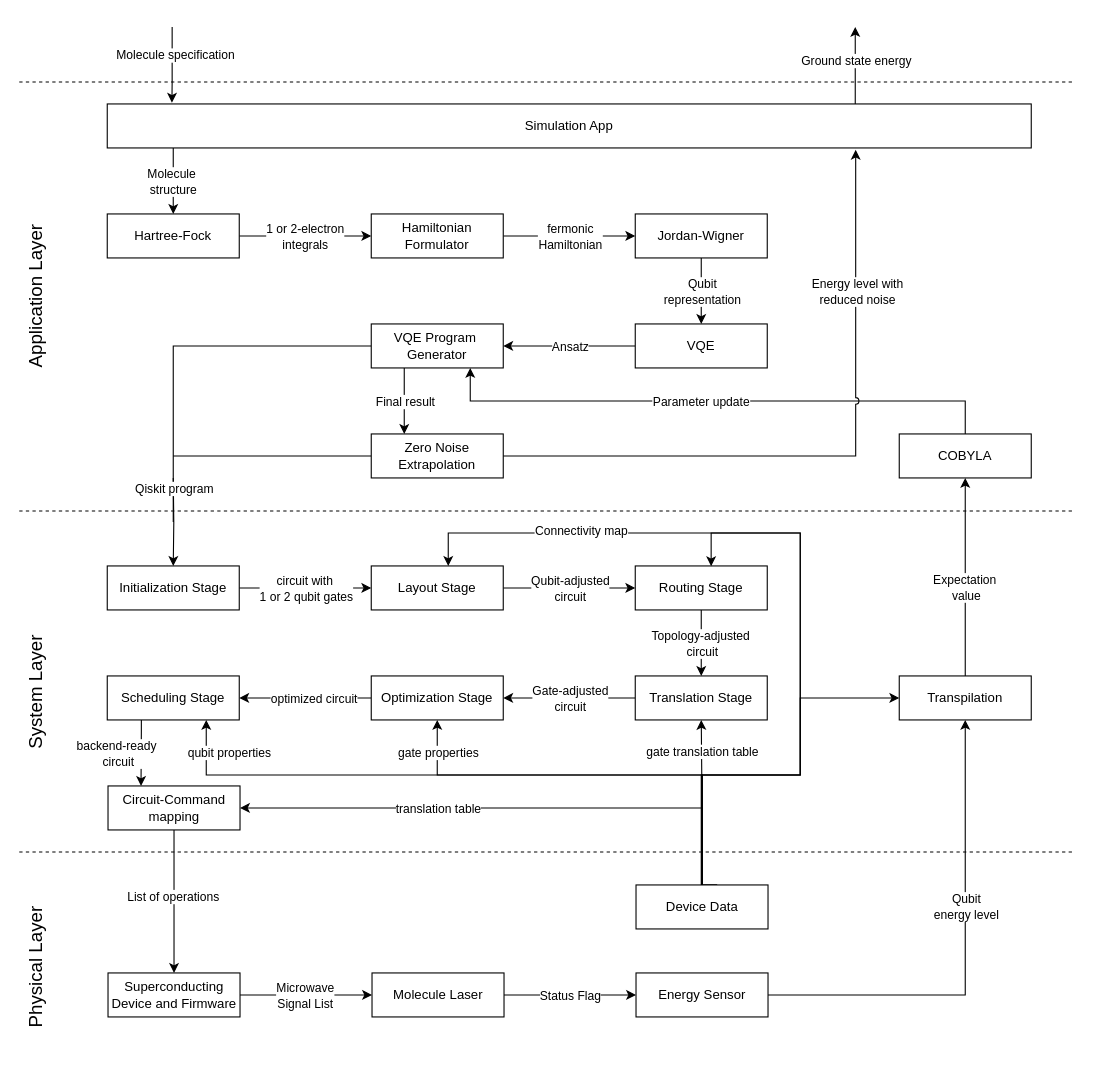
This is page "scenario1" (1 of 4) of docs/scenario-based-analysis/images/scenarios.drawio from FullStaQD/architecture, a draw.io file, before an edit. Source tidied: cells renumbered, new cells numbered last; positions are measured from the earlier drawing's top-left corner, leaving out a move shared by most shapes. Both pictures are drawn from the tidied source at 110%, with x=0, y=0 at pixel (-58, 26).
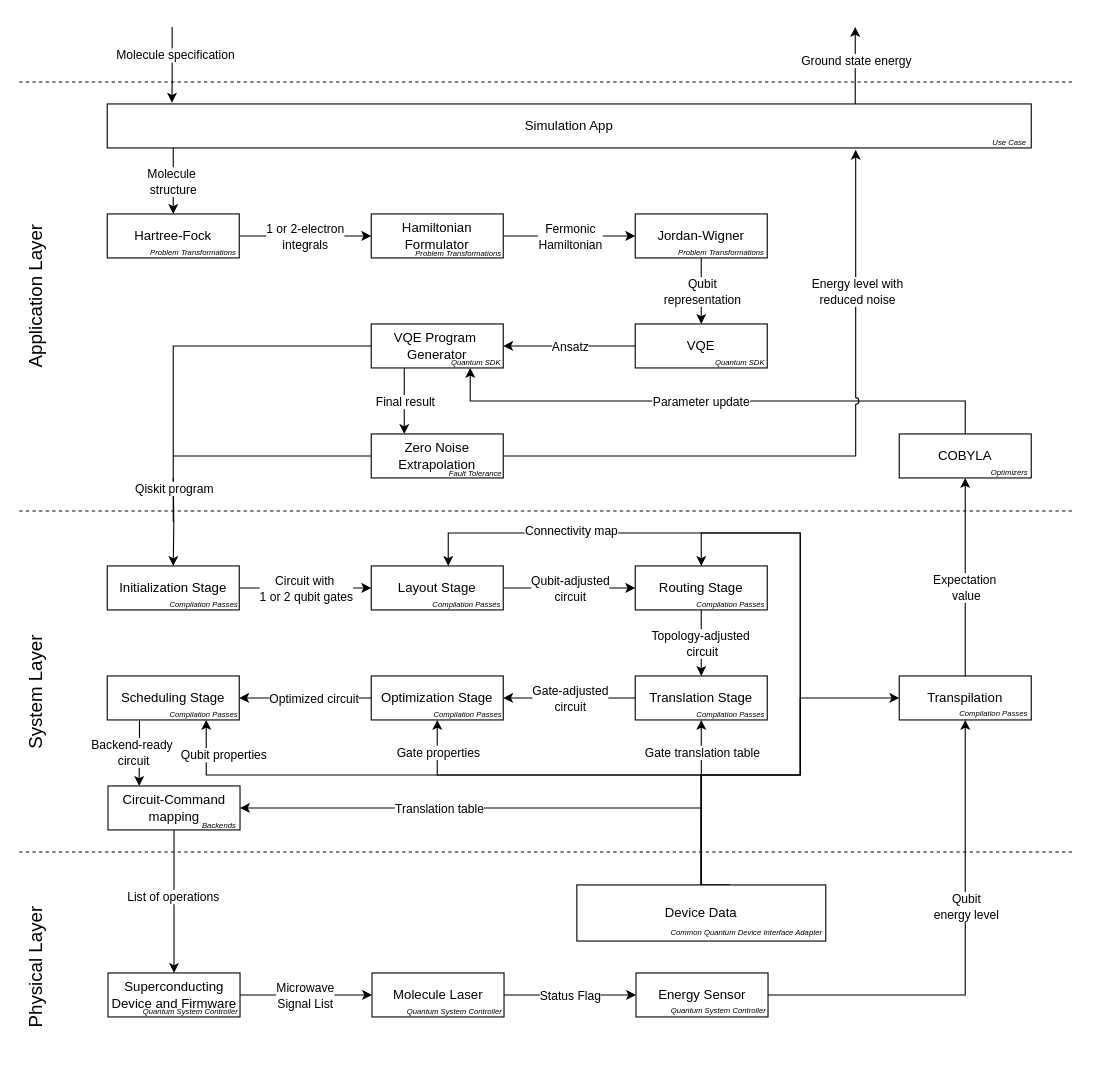
Above is the later version.

Unchanged cells that the change refers to:
```xml
<mxCell id="13" style="edgeStyle=orthogonalEdgeStyle;rounded=0;jettySize=auto;html=1;entryX=0;entryY=0.5;entryDx=0;entryDy=0;" parent="1" edge="1" source="16" target="12">
  <mxGeometry relative="1" as="geometry" />
</mxCell>
<mxCell id="29" value="Routing Stage" style="rounded=0;whiteSpace=wrap;html=1;" parent="1" vertex="1">
  <mxGeometry x="630" y="490" width="120" height="40" as="geometry" />
</mxCell>
<mxCell id="33" style="edgeStyle=orthogonalEdgeStyle;rounded=0;jettySize=auto;html=1;entryX=0;entryY=0.5;entryDx=0;entryDy=0;" parent="1" edge="1" source="35" target="32">
  <mxGeometry relative="1" as="geometry" />
</mxCell>
<mxCell id="39" style="edgeStyle=orthogonalEdgeStyle;rounded=0;jettySize=auto;html=1;entryX=1;entryY=0.5;entryDx=0;entryDy=0;" parent="1" edge="1" source="41" target="44">
  <mxGeometry relative="1" as="geometry" />
</mxCell>
<mxCell id="44" value="Scheduling Stage" style="rounded=0;whiteSpace=wrap;html=1;" parent="1" vertex="1">
  <mxGeometry x="150" y="590" width="120" height="40" as="geometry" />
</mxCell>
<mxCell id="56" style="edgeStyle=orthogonalEdgeStyle;rounded=0;jettySize=auto;html=1;entryX=0.5;entryY=1;entryDx=0;entryDy=0;" parent="1" edge="1" source="66" target="41">
  <mxGeometry relative="1" as="geometry">
    <Array as="points">
      <mxPoint x="691" y="680" />
      <mxPoint x="450" y="680" />
    </Array>
  </mxGeometry>
</mxCell>
<mxCell id="60" style="edgeStyle=orthogonalEdgeStyle;rounded=0;jettySize=auto;html=1;" parent="1" edge="1" source="66" target="38">
  <mxGeometry relative="1" as="geometry" />
</mxCell>
<mxCell id="62" style="edgeStyle=orthogonalEdgeStyle;rounded=0;jettySize=auto;html=1;entryX=0.75;entryY=1;entryDx=0;entryDy=0;" parent="1" edge="1" source="66" target="44">
  <mxGeometry relative="1" as="geometry">
    <Array as="points">
      <mxPoint x="691" y="680" />
      <mxPoint x="240" y="680" />
    </Array>
  </mxGeometry>
</mxCell>
<mxCell id="64" style="edgeStyle=orthogonalEdgeStyle;rounded=0;jettySize=auto;html=1;entryX=1;entryY=0.5;entryDx=0;entryDy=0;" parent="1" edge="1" source="66" target="84">
  <mxGeometry relative="1" as="geometry">
    <Array as="points">
      <mxPoint x="691" y="710" />
    </Array>
  </mxGeometry>
</mxCell>
<mxCell id="84" value="Circuit-Command&lt;div&gt;mapping&lt;/div&gt;" style="rounded=0;whiteSpace=wrap;html=1;" parent="1" vertex="1">
  <mxGeometry x="150.7" y="690" width="120" height="40" as="geometry" />
</mxCell>
```

The edit, as a diff of the source:
```diff
@@
-    <mxCell id="15" value="fermonic&lt;div&gt;Hamiltonian&lt;/div&gt;" style="edgeLabel;html=1;align=center;verticalAlign=middle;" parent="13" vertex="1">
+    <mxCell id="15" value="Fermonic&lt;div&gt;Hamiltonian&lt;/div&gt;" style="edgeLabel;html=1;align=center;verticalAlign=middle;" parent="13" vertex="1">
       <mxGeometry x="-0.17" y="-3" relative="1" as="geometry">
         <mxPoint x="10" y="-3" as="offset" />
       </mxGeometry>
     </mxCell>
-    <mxCell id="16" value="Hamiltonian&lt;div&gt;Formulator&lt;/div&gt;" style="rounded=0;whiteSpace=wrap;html=1;" parent="1" vertex="1">
+    <mxCell id="16" value="Hamiltonian&lt;div&gt;Formulator&lt;/div&gt;" style="rounded=0;whiteSpace=wrap;html=1;align=center;" parent="1" vertex="1">
       <mxGeometry x="390" y="170" width="120" height="40" as="geometry" />
     </mxCell>
@@
-    <mxCell id="34" value="circuit with&amp;nbsp;&lt;div&gt;1 or 2 qubit gates&lt;/div&gt;" style="edgeLabel;html=1;align=center;verticalAlign=middle;" parent="33" vertex="1">
+    <mxCell id="34" value="Circuit with&amp;nbsp;&lt;div&gt;1 or 2 qubit gates&lt;/div&gt;" style="edgeLabel;html=1;align=center;verticalAlign=middle;" parent="33" vertex="1">
       <mxGeometry x="0.11" y="-3" relative="1" as="geometry">
         <mxPoint x="-7" y="-3" as="offset" />
       </mxGeometry>
     </mxCell>
@@
-    <mxCell id="40" value="optimized circuit" style="edgeLabel;html=1;align=center;verticalAlign=middle;" parent="39" vertex="1">
+    <mxCell id="40" value="Optimized circuit" style="edgeLabel;html=1;align=center;verticalAlign=middle;" parent="39" vertex="1">
       <mxGeometry x="-0.11" y="1" relative="1" as="geometry">
         <mxPoint y="-1" as="offset" />
       </mxGeometry>
     </mxCell>
@@
-    <mxCell id="42" style="edgeStyle=orthogonalEdgeStyle;rounded=0;jettySize=auto;html=1;entryX=0.25;entryY=0;entryDx=0;entryDy=0;" parent="1" edge="1" source="44" target="84">
+    <mxCell id="42" style="edgeStyle=orthogonalEdgeStyle;rounded=0;orthogonalLoop=1;jettySize=auto;html=1;entryX=0.25;entryY=0;entryDx=0;entryDy=0;" parent="1" edge="1">
       <mxGeometry relative="1" as="geometry">
+        <mxPoint x="179.3" y="630" as="sourcePoint" />
+        <mxPoint x="179" y="690" as="targetPoint" />
         <Array as="points">
-          <mxPoint x="181" y="640" />
-          <mxPoint x="181" y="640" />
+          <mxPoint x="179.3" y="640" />
+          <mxPoint x="179.3" y="640" />
         </Array>
       </mxGeometry>
     </mxCell>
-    <mxCell id="43" value="backend-ready&amp;nbsp;&lt;div&gt;circuit&lt;/div&gt;" style="edgeLabel;html=1;align=center;verticalAlign=middle;" parent="42" vertex="1">
+    <mxCell id="43" value="Backend-ready&amp;nbsp;&lt;div&gt;circuit&lt;/div&gt;" style="edgeLabel;html=1;align=center;verticalAlign=middle;" parent="42" vertex="1">
       <mxGeometry x="0.21" y="1" relative="1" as="geometry">
-        <mxPoint x="-22" y="-6" as="offset" />
+        <mxPoint x="-7" y="-7" as="offset" />
       </mxGeometry>
     </mxCell>
@@
-    <mxCell id="57" value="gate properties" style="edgeLabel;html=1;align=center;verticalAlign=middle;" parent="56" vertex="1">
+    <mxCell id="57" value="Gate properties" style="edgeLabel;html=1;align=center;verticalAlign=middle;" parent="56" vertex="1">
       <mxGeometry x="0.85" y="1" relative="1" as="geometry">
         <mxPoint x="1" as="offset" />
       </mxGeometry>
     </mxCell>
@@
-    <mxCell id="61" value="gate translation table" style="edgeLabel;html=1;align=center;verticalAlign=middle;" parent="60" vertex="1">
+    <mxCell id="61" value="Gate translation table" style="edgeLabel;html=1;align=center;verticalAlign=middle;" parent="60" vertex="1">
       <mxGeometry x="0.51" relative="1" as="geometry">
         <mxPoint y="-8" as="offset" />
       </mxGeometry>
     </mxCell>
@@
-    <mxCell id="63" value="qubit properties" style="edgeLabel;html=1;align=center;verticalAlign=middle;" parent="62" vertex="1">
+    <mxCell id="63" value="Qubit properties" style="edgeLabel;html=1;align=center;verticalAlign=middle;" parent="62" vertex="1">
       <mxGeometry x="0.9" relative="1" as="geometry">
-        <mxPoint x="20" as="offset" />
+        <mxPoint x="15" y="1" as="offset" />
       </mxGeometry>
     </mxCell>
@@
-    <mxCell id="65" value="translation table" style="edgeLabel;html=1;align=center;verticalAlign=middle;" parent="64" vertex="1">
+    <mxCell id="65" value="Translation table" style="edgeLabel;html=1;align=center;verticalAlign=middle;" parent="64" vertex="1">
       <mxGeometry x="0.33" y="-2" relative="1" as="geometry">
         <mxPoint x="16" y="2" as="offset" />
       </mxGeometry>
     </mxCell>
     <mxCell id="66" value="Device Data" style="rounded=0;whiteSpace=wrap;html=1;" parent="1" vertex="1">
-      <mxGeometry x="630.7" y="780" width="120" height="40" as="geometry" />
+      <mxGeometry x="576.9" y="780" width="226.3" height="51" as="geometry" />
     </mxCell>
@@
-    <mxCell id="72" style="edgeStyle=orthogonalEdgeStyle;rounded=0;jettySize=auto;html=1;entryX=0.575;entryY=0.005;entryDx=0;entryDy=0;entryPerimeter=0;" parent="1" edge="1" source="66" target="29">
+    <mxCell id="72" style="edgeStyle=orthogonalEdgeStyle;rounded=0;jettySize=auto;html=1;entryX=0.5;entryY=0;entryDx=0;entryDy=0;" parent="1" edge="1" source="66" target="29">
       <mxGeometry relative="1" as="geometry">
         <Array as="points">
-          <mxPoint x="691" y="680" />
+          <mxPoint x="690" y="680" />
           <mxPoint x="780" y="680" />
           <mxPoint x="780" y="460" />
-          <mxPoint x="699" y="460" />
+          <mxPoint x="690" y="460" />
         </Array>
       </mxGeometry>
     </mxCell>
@@
+    <mxCell id="86" value="&lt;i&gt;&lt;font style=&quot;font-size: 7px;&quot;&gt;Use Case&lt;/font&gt;&lt;/i&gt;" style="text;html=1;whiteSpace=wrap;strokeColor=none;fillColor=none;align=center;verticalAlign=middle;rounded=0;fontSize=9;" parent="1" vertex="1">
+      <mxGeometry x="904.9" y="90" width="131" height="30" as="geometry" />
+    </mxCell>
+    <mxCell id="87" value="&lt;i&gt;&lt;font style=&quot;font-size: 7px;&quot;&gt;Problem Transformations&lt;/font&gt;&lt;/i&gt;" style="text;html=1;whiteSpace=wrap;strokeColor=none;fillColor=none;align=center;verticalAlign=middle;rounded=0;" parent="1" vertex="1">
+      <mxGeometry x="171" y="196" width="114.7" height="16" as="geometry" />
+    </mxCell>
+    <mxCell id="88" value="&lt;i&gt;&lt;font style=&quot;font-size: 7px;&quot;&gt;Problem Transformations&lt;/font&gt;&lt;/i&gt;" style="text;html=1;whiteSpace=wrap;strokeColor=none;fillColor=none;align=center;verticalAlign=middle;rounded=0;" parent="1" vertex="1">
+      <mxGeometry x="412" y="197" width="114.7" height="16" as="geometry" />
+    </mxCell>
+    <mxCell id="89" value="&lt;i&gt;&lt;font style=&quot;font-size: 7px;&quot;&gt;Problem Transformations&lt;/font&gt;&lt;/i&gt;" style="text;html=1;whiteSpace=wrap;strokeColor=none;fillColor=none;align=center;verticalAlign=middle;rounded=0;" parent="1" vertex="1">
+      <mxGeometry x="651" y="196" width="114.7" height="16" as="geometry" />
+    </mxCell>
+    <mxCell id="90" value="&lt;i&gt;&lt;font style=&quot;font-size: 7px;&quot;&gt;Quantum SDK&lt;/font&gt;&lt;/i&gt;" style="text;html=1;whiteSpace=wrap;strokeColor=none;fillColor=none;align=center;verticalAlign=middle;rounded=0;" parent="1" vertex="1">
+      <mxGeometry x="668" y="296" width="114.7" height="16" as="geometry" />
+    </mxCell>
+    <mxCell id="91" value="&lt;i&gt;&lt;font style=&quot;font-size: 7px;&quot;&gt;Quantum SDK&lt;/font&gt;&lt;/i&gt;" style="text;html=1;whiteSpace=wrap;strokeColor=none;fillColor=none;align=center;verticalAlign=middle;rounded=0;" parent="1" vertex="1">
+      <mxGeometry x="428" y="296" width="114.7" height="16" as="geometry" />
+    </mxCell>
+    <mxCell id="92" value="&lt;font style=&quot;font-size: 7px;&quot;&gt;&lt;i&gt;Fault Tolerance&lt;/i&gt;&lt;/font&gt;" style="text;html=1;whiteSpace=wrap;strokeColor=none;fillColor=none;align=center;verticalAlign=middle;rounded=0;" parent="1" vertex="1">
+      <mxGeometry x="455.4" y="390" width="60" height="30" as="geometry" />
+    </mxCell>
+    <mxCell id="93" value="&lt;i&gt;&lt;font style=&quot;font-size: 7px;&quot;&gt;Optimizers&lt;/font&gt;&lt;/i&gt;" style="text;html=1;whiteSpace=wrap;strokeColor=none;fillColor=none;align=center;verticalAlign=middle;rounded=0;" parent="1" vertex="1">
+      <mxGeometry x="913" y="396" width="114.7" height="16" as="geometry" />
+    </mxCell>
+    <mxCell id="94" value="&lt;font style=&quot;font-size: 7px;&quot;&gt;&lt;i&gt;Compilation Passes&lt;/i&gt;&lt;/font&gt;" style="text;html=1;whiteSpace=wrap;strokeColor=none;fillColor=none;align=center;verticalAlign=middle;rounded=0;" parent="1" vertex="1">
+      <mxGeometry x="204" y="509" width="68" height="30" as="geometry" />
+    </mxCell>
+    <mxCell id="95" value="&lt;font style=&quot;font-size: 7px;&quot;&gt;&lt;i&gt;Compilation Passes&lt;/i&gt;&lt;/font&gt;" style="text;html=1;whiteSpace=wrap;strokeColor=none;fillColor=none;align=center;verticalAlign=middle;rounded=0;" parent="1" vertex="1">
+      <mxGeometry x="443" y="509" width="68" height="30" as="geometry" />
+    </mxCell>
+    <mxCell id="96" value="&lt;font style=&quot;font-size: 7px;&quot;&gt;&lt;i&gt;Compilation Passes&lt;/i&gt;&lt;/font&gt;" style="text;html=1;whiteSpace=wrap;strokeColor=none;fillColor=none;align=center;verticalAlign=middle;rounded=0;" parent="1" vertex="1">
+      <mxGeometry x="682.7" y="509" width="68" height="30" as="geometry" />
+    </mxCell>
+    <mxCell id="97" value="&lt;font style=&quot;font-size: 7px;&quot;&gt;&lt;i&gt;Compilation Passes&lt;/i&gt;&lt;/font&gt;" style="text;html=1;whiteSpace=wrap;strokeColor=none;fillColor=none;align=center;verticalAlign=middle;rounded=0;" parent="1" vertex="1">
+      <mxGeometry x="682.7" y="609" width="68" height="30" as="geometry" />
+    </mxCell>
+    <mxCell id="98" value="&lt;font style=&quot;font-size: 7px;&quot;&gt;&lt;i&gt;Compilation Passes&lt;/i&gt;&lt;/font&gt;" style="text;html=1;whiteSpace=wrap;strokeColor=none;fillColor=none;align=center;verticalAlign=middle;rounded=0;" parent="1" vertex="1">
+      <mxGeometry x="444" y="609" width="68" height="30" as="geometry" />
+    </mxCell>
+    <mxCell id="99" value="&lt;font style=&quot;font-size: 7px;&quot;&gt;&lt;i&gt;Compilation Passes&lt;/i&gt;&lt;/font&gt;" style="text;html=1;whiteSpace=wrap;strokeColor=none;fillColor=none;align=center;verticalAlign=middle;rounded=0;" parent="1" vertex="1">
+      <mxGeometry x="204" y="609" width="68" height="30" as="geometry" />
+    </mxCell>
+    <mxCell id="100" value="&lt;font style=&quot;font-size: 7px;&quot;&gt;&lt;i&gt;Backends&lt;/i&gt;&lt;/font&gt;" style="text;html=1;whiteSpace=wrap;strokeColor=none;fillColor=none;align=center;verticalAlign=middle;rounded=0;" parent="1" vertex="1">
+      <mxGeometry x="217.7" y="710" width="68" height="30" as="geometry" />
+    </mxCell>
+    <mxCell id="101" value="&lt;font style=&quot;font-size: 7px;&quot;&gt;&lt;i&gt;Quantum System Controller&lt;/i&gt;&lt;/font&gt;" style="text;html=1;whiteSpace=wrap;strokeColor=none;fillColor=none;align=center;verticalAlign=middle;rounded=0;" parent="1" vertex="1">
+      <mxGeometry x="164" y="879" width="124" height="30" as="geometry" />
+    </mxCell>
+    <mxCell id="102" value="&lt;font style=&quot;font-size: 7px;&quot;&gt;&lt;i&gt;Quantum System Controller&lt;/i&gt;&lt;/font&gt;" style="text;html=1;whiteSpace=wrap;strokeColor=none;fillColor=none;align=center;verticalAlign=middle;rounded=0;" parent="1" vertex="1">
+      <mxGeometry x="404" y="879" width="124" height="30" as="geometry" />
+    </mxCell>
+    <mxCell id="103" value="&lt;font style=&quot;font-size: 7px;&quot;&gt;&lt;i&gt;Quantum System Controller&lt;/i&gt;&lt;/font&gt;" style="text;html=1;whiteSpace=wrap;strokeColor=none;fillColor=none;align=center;verticalAlign=middle;rounded=0;" parent="1" vertex="1">
+      <mxGeometry x="644" y="878" width="124" height="30" as="geometry" />
+    </mxCell>
+    <mxCell id="104" value="&lt;font style=&quot;font-size: 7px;&quot;&gt;&lt;i&gt;Common Quantum Device Interface Adapter&lt;/i&gt;&lt;/font&gt;" style="text;html=1;whiteSpace=wrap;strokeColor=none;fillColor=none;align=center;verticalAlign=middle;rounded=0;" parent="1" vertex="1">
+      <mxGeometry x="651" y="807" width="161" height="30" as="geometry" />
+    </mxCell>
+    <mxCell id="105" value="&lt;font style=&quot;font-size: 7px;&quot;&gt;&lt;i&gt;Compilation Passes&lt;/i&gt;&lt;/font&gt;" style="text;html=1;whiteSpace=wrap;strokeColor=none;fillColor=none;align=center;verticalAlign=middle;rounded=0;" parent="1" vertex="1">
+      <mxGeometry x="922" y="608" width="68" height="30" as="geometry" />
+    </mxCell>
```
